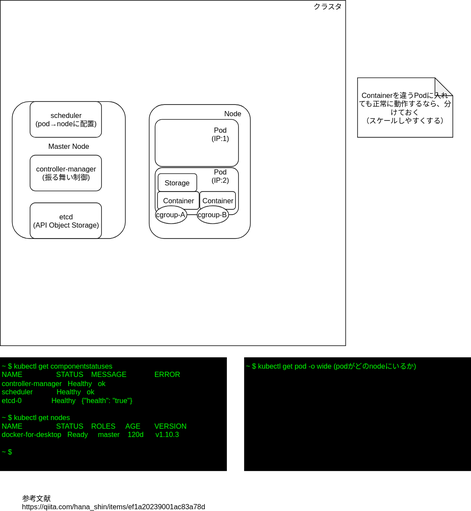
The draw.io diagram Kubernetes_learning.svg in Silver-birder/practice-kubernetetes, before a commit. Source tidied: cells renumbered, new cells last; positions are measured from the earlier drawing's top-left corner, leaving out a move shared by most shapes. The source it was exported from:
```xml
<mxGraphModel>
  <root>
    <mxCell id="0" />
    <mxCell id="1" parent="0" />
    <mxCell id="2" style="whiteSpace=wrap;html=1;" parent="1" vertex="1">
      <mxGeometry width="580" height="580" as="geometry" />
    </mxCell>
    <mxCell id="3" value="&lt;div style=&quot;text-align: right&quot;&gt;&lt;br&gt;&lt;/div&gt;" style="rounded=1;whiteSpace=wrap;html=1;strokeColor=#000000;fillColor=#FFFFFF;" parent="1" vertex="1">
      <mxGeometry x="20" y="170" width="190" height="230" as="geometry" />
    </mxCell>
    <mxCell id="4" value="クラスタ" style="text;html=1;strokeColor=none;fillColor=none;align=center;verticalAlign=middle;whiteSpace=wrap;rounded=0;" parent="1" vertex="1">
      <mxGeometry x="520" width="60" height="20" as="geometry" />
    </mxCell>
    <mxCell id="5" value="scheduler&lt;br&gt;(pod→nodeに配置)&lt;br&gt;" style="rounded=1;whiteSpace=wrap;html=1;strokeColor=#000000;fillColor=#FFFFFF;" parent="1" vertex="1">
      <mxGeometry x="50" y="170" width="120" height="60" as="geometry" />
    </mxCell>
    <mxCell id="6" value="controller-manager&lt;br&gt;(振る舞い制御)&lt;br&gt;" style="rounded=1;whiteSpace=wrap;html=1;strokeColor=#000000;fillColor=#FFFFFF;" parent="1" vertex="1">
      <mxGeometry x="50" y="260" width="120" height="60" as="geometry" />
    </mxCell>
    <mxCell id="7" value="etcd&lt;br&gt;(API Object Storage)&lt;br&gt;" style="rounded=1;whiteSpace=wrap;html=1;strokeColor=#000000;fillColor=#FFFFFF;" parent="1" vertex="1">
      <mxGeometry x="50" y="340" width="120" height="60" as="geometry" />
    </mxCell>
    <mxCell id="8" value="&lt;font color=&quot;#00ff00&quot;&gt;&lt;div&gt;~ $ kubectl get componentstatuses&lt;/div&gt;&lt;div&gt;NAME&amp;nbsp; &amp;nbsp; &amp;nbsp; &amp;nbsp; &amp;nbsp; &amp;nbsp; &amp;nbsp; &amp;nbsp; &amp;nbsp;STATUS&amp;nbsp; &amp;nbsp; MESSAGE&amp;nbsp; &amp;nbsp; &amp;nbsp; &amp;nbsp; &amp;nbsp; &amp;nbsp; &amp;nbsp; ERROR&lt;/div&gt;&lt;div&gt;controller-manager&amp;nbsp; &amp;nbsp;Healthy&amp;nbsp; &amp;nbsp;ok&lt;/div&gt;&lt;div&gt;scheduler&amp;nbsp; &amp;nbsp; &amp;nbsp; &amp;nbsp; &amp;nbsp; &amp;nbsp; Healthy&amp;nbsp; &amp;nbsp;ok&lt;/div&gt;&lt;div&gt;etcd-0&amp;nbsp; &amp;nbsp; &amp;nbsp; &amp;nbsp; &amp;nbsp; &amp;nbsp; &amp;nbsp; &amp;nbsp;Healthy&amp;nbsp; &amp;nbsp;{&quot;health&quot;: &quot;true&quot;}&lt;/div&gt;&lt;div&gt;&lt;br&gt;&lt;/div&gt;&lt;div&gt;&lt;div&gt;~ $ kubectl get nodes&lt;/div&gt;&lt;div&gt;NAME&amp;nbsp; &amp;nbsp; &amp;nbsp; &amp;nbsp; &amp;nbsp; &amp;nbsp; &amp;nbsp; &amp;nbsp; &amp;nbsp;STATUS&amp;nbsp; &amp;nbsp; ROLES&amp;nbsp; &amp;nbsp; &amp;nbsp;AGE&amp;nbsp; &amp;nbsp; &amp;nbsp; &amp;nbsp;VERSION&lt;/div&gt;&lt;div&gt;docker-for-desktop&amp;nbsp; &amp;nbsp;Ready&amp;nbsp; &amp;nbsp; &amp;nbsp;master&amp;nbsp; &amp;nbsp; 120d&amp;nbsp; &amp;nbsp; &amp;nbsp; v1.10.3&lt;/div&gt;&lt;div&gt;&lt;br&gt;&lt;/div&gt;&lt;div&gt;~ $&lt;/div&gt;&lt;/div&gt;&lt;/font&gt;" style="text;html=1;strokeColor=#000000;fillColor=#000000;" parent="1" vertex="1">
      <mxGeometry y="600" width="380" height="190" as="geometry" />
    </mxCell>
    <mxCell id="9" value="Master Node" style="text;html=1;strokeColor=none;fillColor=none;align=center;verticalAlign=middle;whiteSpace=wrap;rounded=0;" parent="1" vertex="1">
      <mxGeometry x="72.5" y="235" width="85" height="20" as="geometry" />
    </mxCell>
    <mxCell id="10" value="&lt;div style=&quot;text-align: right&quot;&gt;Worker Node&lt;/div&gt;" style="rounded=1;whiteSpace=wrap;html=1;strokeColor=#000000;fillColor=#FFFFFF;" parent="1" vertex="1">
      <mxGeometry x="250" y="175" width="170" height="225" as="geometry" />
    </mxCell>
    <mxCell id="11" style="rounded=1;whiteSpace=wrap;html=1;strokeColor=#000000;fillColor=#FFFFFF;" parent="1" vertex="1">
      <mxGeometry x="260" y="281" width="140" height="79" as="geometry" />
    </mxCell>
    <mxCell id="12" value="Container" style="rounded=1;whiteSpace=wrap;html=1;strokeColor=#000000;fillColor=#FFFFFF;" parent="1" vertex="1">
      <mxGeometry x="264" y="321" width="70" height="30" as="geometry" />
    </mxCell>
    <mxCell id="13" value="Container" style="rounded=1;whiteSpace=wrap;html=1;strokeColor=#000000;fillColor=#FFFFFF;" parent="1" vertex="1">
      <mxGeometry x="335" y="321" width="60" height="30" as="geometry" />
    </mxCell>
    <mxCell id="14" value="Storage" style="rounded=1;whiteSpace=wrap;html=1;strokeColor=#000000;fillColor=#FFFFFF;" parent="1" vertex="1">
      <mxGeometry x="265" y="291" width="65" height="30" as="geometry" />
    </mxCell>
    <mxCell id="15" value="Pod&lt;br&gt;(IP:2)&lt;br&gt;" style="text;html=1;strokeColor=none;fillColor=none;align=center;verticalAlign=middle;whiteSpace=wrap;rounded=0;" parent="1" vertex="1">
      <mxGeometry x="340" y="285" width="60" height="20" as="geometry" />
    </mxCell>
    <mxCell id="16" value="Node" style="text;html=1;strokeColor=none;fillColor=none;align=center;verticalAlign=middle;whiteSpace=wrap;rounded=0;" parent="1" vertex="1">
      <mxGeometry x="360" y="180" width="60" height="20" as="geometry" />
    </mxCell>
    <mxCell id="17" value="cgroup-A" style="ellipse;whiteSpace=wrap;html=1;strokeColor=#000000;fillColor=#FFFFFF;" parent="1" vertex="1">
      <mxGeometry x="260" y="345" width="53" height="30" as="geometry" />
    </mxCell>
    <mxCell id="18" value="cgroup-B" style="ellipse;whiteSpace=wrap;html=1;strokeColor=#000000;fillColor=#FFFFFF;" parent="1" vertex="1">
      <mxGeometry x="330" y="345" width="53" height="30" as="geometry" />
    </mxCell>
    <mxCell id="19" style="rounded=1;whiteSpace=wrap;html=1;strokeColor=#000000;fillColor=#FFFFFF;" parent="1" vertex="1">
      <mxGeometry x="260" y="200" width="140" height="79" as="geometry" />
    </mxCell>
    <mxCell id="20" value="Pod&lt;br&gt;(IP:1)&lt;br&gt;" style="text;html=1;strokeColor=none;fillColor=none;align=center;verticalAlign=middle;whiteSpace=wrap;rounded=0;" parent="1" vertex="1">
      <mxGeometry x="340" y="215" width="60" height="20" as="geometry" />
    </mxCell>
    <mxCell id="21" value="Containerを違うPodに入れても正常に動作するなら、分けておく&lt;br&gt;（スケールしやすくする）" style="shape=note;whiteSpace=wrap;html=1;backgroundOutline=1;darkOpacity=0.05;strokeColor=#000000;fillColor=#FFFFFF;" parent="1" vertex="1">
      <mxGeometry x="600" y="130" width="160" height="100" as="geometry" />
    </mxCell>
    <mxCell id="22" value="&lt;font color=&quot;#00ff00&quot;&gt;~ $ kubectl get pod -o wide (podがどのnodeにいるか)&lt;br&gt;&lt;/font&gt;" style="text;html=1;strokeColor=#000000;fillColor=#000000;" parent="1" vertex="1">
      <mxGeometry x="410" y="600" width="380" height="190" as="geometry" />
    </mxCell>
    <mxCell id="23" value="参考文献&lt;br&gt;https://qiita.com/hana_shin/items/ef1a20239001ac83a78d" style="text;html=1;align=left;verticalAlign=top;spacingTop=-4;" parent="1" vertex="1">
      <mxGeometry x="35" y="827" width="320" height="30" as="geometry" />
    </mxCell>
  </root>
</mxGraphModel>
```
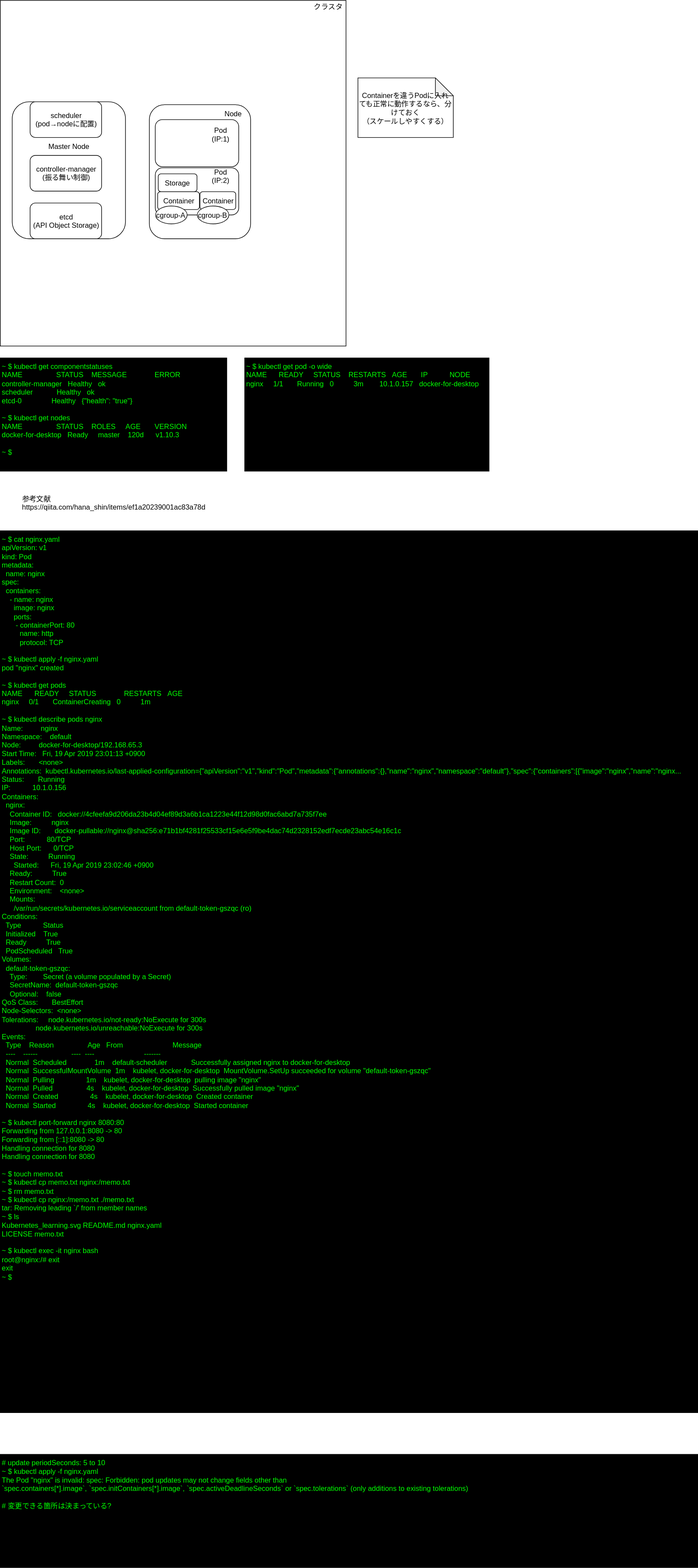
After the change.

Change to the diagram source:
```diff
@@ -62,11 +62,17 @@
     <mxCell id="21" value="Containerを違うPodに入れても正常に動作するなら、分けておく&lt;br&gt;（スケールしやすくする）" style="shape=note;whiteSpace=wrap;html=1;backgroundOutline=1;darkOpacity=0.05;strokeColor=#000000;fillColor=#FFFFFF;" parent="1" vertex="1">
       <mxGeometry x="600" y="130" width="160" height="100" as="geometry" />
     </mxCell>
-    <mxCell id="22" value="&lt;font color=&quot;#00ff00&quot;&gt;~ $ kubectl get pod -o wide (podがどのnodeにいるか)&lt;br&gt;&lt;/font&gt;" style="text;html=1;strokeColor=#000000;fillColor=#000000;" parent="1" vertex="1">
-      <mxGeometry x="410" y="600" width="380" height="190" as="geometry" />
+    <mxCell id="22" value="&lt;font color=&quot;#00ff00&quot;&gt;&lt;div&gt;~ $ kubectl get pod -o wide&lt;/div&gt;&lt;div&gt;NAME&amp;nbsp; &amp;nbsp; &amp;nbsp; READY&amp;nbsp; &amp;nbsp; &amp;nbsp;STATUS&amp;nbsp; &amp;nbsp; RESTARTS&amp;nbsp; &amp;nbsp;AGE&amp;nbsp; &amp;nbsp; &amp;nbsp; &amp;nbsp;IP&amp;nbsp; &amp;nbsp; &amp;nbsp; &amp;nbsp; &amp;nbsp; &amp;nbsp;NODE&lt;/div&gt;&lt;div&gt;nginx&amp;nbsp; &amp;nbsp; &amp;nbsp;1/1&amp;nbsp; &amp;nbsp; &amp;nbsp; &amp;nbsp;Running&amp;nbsp; &amp;nbsp;0&amp;nbsp; &amp;nbsp; &amp;nbsp; &amp;nbsp; &amp;nbsp; 3m&amp;nbsp; &amp;nbsp; &amp;nbsp; &amp;nbsp; 10.1.0.157&amp;nbsp; &amp;nbsp;docker-for-desktop&lt;/div&gt;&lt;/font&gt;" style="text;html=1;strokeColor=#000000;fillColor=#000000;" parent="1" vertex="1">
+      <mxGeometry x="410" y="600" width="410" height="190" as="geometry" />
     </mxCell>
     <mxCell id="23" value="参考文献&lt;br&gt;https://qiita.com/hana_shin/items/ef1a20239001ac83a78d" style="text;html=1;align=left;verticalAlign=top;spacingTop=-4;" parent="1" vertex="1">
       <mxGeometry x="35" y="827" width="320" height="30" as="geometry" />
     </mxCell>
+    <mxCell id="24" value="&lt;font color=&quot;#00ff00&quot;&gt;&lt;div&gt;&lt;div&gt;~ $ cat nginx.yaml&lt;/div&gt;&lt;div&gt;apiVersion: v1&lt;/div&gt;&lt;div&gt;kind: Pod&lt;/div&gt;&lt;div&gt;metadata:&lt;/div&gt;&lt;div&gt;&amp;nbsp; name: nginx&lt;/div&gt;&lt;div&gt;spec:&lt;/div&gt;&lt;div&gt;&amp;nbsp; containers:&lt;/div&gt;&lt;div&gt;&amp;nbsp; &amp;nbsp; - name: nginx&lt;/div&gt;&lt;div&gt;&amp;nbsp; &amp;nbsp; &amp;nbsp; image: nginx&lt;/div&gt;&lt;div&gt;&amp;nbsp; &amp;nbsp; &amp;nbsp; ports:&lt;/div&gt;&lt;div&gt;&amp;nbsp; &amp;nbsp; &amp;nbsp; &amp;nbsp;- containerPort: 80&lt;/div&gt;&lt;div&gt;&amp;nbsp; &amp;nbsp; &amp;nbsp; &amp;nbsp; &amp;nbsp;name: http&lt;/div&gt;&lt;div&gt;&lt;span&gt;&amp;nbsp; &amp;nbsp; &amp;nbsp; &amp;nbsp; &amp;nbsp;protocol: TCP&lt;/span&gt;&lt;br&gt;&lt;/div&gt;&lt;/div&gt;&lt;div&gt;&lt;br&gt;&lt;/div&gt;&lt;div&gt;~ $&amp;nbsp;kubectl apply -f nginx.yaml&lt;/div&gt;&lt;div&gt;pod &quot;nginx&quot; created&lt;br&gt;&lt;/div&gt;&lt;div&gt;&lt;br&gt;&lt;/div&gt;&lt;div&gt;~ $ kubectl get pods&lt;/div&gt;&lt;div&gt;NAME&amp;nbsp; &amp;nbsp; &amp;nbsp; READY&amp;nbsp; &amp;nbsp; &amp;nbsp;STATUS&amp;nbsp; &amp;nbsp; &amp;nbsp; &amp;nbsp; &amp;nbsp; &amp;nbsp; &amp;nbsp; RESTARTS&amp;nbsp; &amp;nbsp;AGE&lt;/div&gt;&lt;div&gt;nginx&amp;nbsp; &amp;nbsp; &amp;nbsp;0/1&amp;nbsp; &amp;nbsp; &amp;nbsp; &amp;nbsp;ContainerCreating&amp;nbsp; &amp;nbsp;0&amp;nbsp; &amp;nbsp; &amp;nbsp; &amp;nbsp; &amp;nbsp; 1m&lt;/div&gt;&lt;div&gt;&lt;br&gt;&lt;/div&gt;&lt;div&gt;~ $ kubectl describe pods nginx&lt;/div&gt;&lt;div&gt;Name:&amp;nbsp; &amp;nbsp; &amp;nbsp; &amp;nbsp; &amp;nbsp;nginx&lt;/div&gt;&lt;div&gt;Namespace:&amp;nbsp; &amp;nbsp; default&lt;/div&gt;&lt;div&gt;Node:&amp;nbsp; &amp;nbsp; &amp;nbsp; &amp;nbsp; &amp;nbsp;docker-for-desktop/192.168.65.3&lt;/div&gt;&lt;div&gt;Start Time:&amp;nbsp; &amp;nbsp;Fri, 19 Apr 2019 23:01:13 +0900&lt;/div&gt;&lt;div&gt;Labels:&amp;nbsp; &amp;nbsp; &amp;nbsp; &amp;nbsp;&amp;lt;none&amp;gt;&lt;/div&gt;&lt;div&gt;Annotations:&amp;nbsp; kubectl.kubernetes.io/last-applied-configuration={&quot;apiVersion&quot;:&quot;v1&quot;,&quot;kind&quot;:&quot;Pod&quot;,&quot;metadata&quot;:{&quot;annotations&quot;:{},&quot;name&quot;:&quot;nginx&quot;,&quot;namespace&quot;:&quot;default&quot;},&quot;spec&quot;:{&quot;containers&quot;:[{&quot;image&quot;:&quot;nginx&quot;,&quot;name&quot;:&quot;nginx...&lt;/div&gt;&lt;div&gt;Status:&amp;nbsp; &amp;nbsp; &amp;nbsp; &amp;nbsp;Running&lt;/div&gt;&lt;div&gt;IP:&amp;nbsp; &amp;nbsp; &amp;nbsp; &amp;nbsp; &amp;nbsp; &amp;nbsp;10.1.0.156&lt;/div&gt;&lt;div&gt;Containers:&lt;/div&gt;&lt;div&gt;&amp;nbsp; nginx:&lt;/div&gt;&lt;div&gt;&amp;nbsp; &amp;nbsp; Container ID:&amp;nbsp; &amp;nbsp;docker://4cfeefa9d206da23b4d04ef89d3a6b1ca1223e44f12d98d0fac6abd7a735f7ee&lt;/div&gt;&lt;div&gt;&amp;nbsp; &amp;nbsp; Image:&amp;nbsp; &amp;nbsp; &amp;nbsp; &amp;nbsp; &amp;nbsp; nginx&lt;/div&gt;&lt;div&gt;&amp;nbsp; &amp;nbsp; Image ID:&amp;nbsp; &amp;nbsp; &amp;nbsp; &amp;nbsp;docker-pullable://nginx@sha256:e71b1bf4281f25533cf15e6e5f9be4dac74d2328152edf7ecde23abc54e16c1c&lt;/div&gt;&lt;div&gt;&amp;nbsp; &amp;nbsp; Port:&amp;nbsp; &amp;nbsp; &amp;nbsp; &amp;nbsp; &amp;nbsp; &amp;nbsp;80/TCP&lt;/div&gt;&lt;div&gt;&amp;nbsp; &amp;nbsp; Host Port:&amp;nbsp; &amp;nbsp; &amp;nbsp; 0/TCP&lt;/div&gt;&lt;div&gt;&amp;nbsp; &amp;nbsp; State:&amp;nbsp; &amp;nbsp; &amp;nbsp; &amp;nbsp; &amp;nbsp; Running&lt;/div&gt;&lt;div&gt;&amp;nbsp; &amp;nbsp; &amp;nbsp; Started:&amp;nbsp; &amp;nbsp; &amp;nbsp; Fri, 19 Apr 2019 23:02:46 +0900&lt;/div&gt;&lt;div&gt;&amp;nbsp; &amp;nbsp; Ready:&amp;nbsp; &amp;nbsp; &amp;nbsp; &amp;nbsp; &amp;nbsp; True&lt;/div&gt;&lt;div&gt;&amp;nbsp; &amp;nbsp; Restart Count:&amp;nbsp; 0&lt;/div&gt;&lt;div&gt;&amp;nbsp; &amp;nbsp; Environment:&amp;nbsp; &amp;nbsp; &amp;lt;none&amp;gt;&lt;/div&gt;&lt;div&gt;&amp;nbsp; &amp;nbsp; Mounts:&lt;/div&gt;&lt;div&gt;&amp;nbsp; &amp;nbsp; &amp;nbsp; /var/run/secrets/kubernetes.io/serviceaccount from default-token-gszqc (ro)&lt;/div&gt;&lt;div&gt;Conditions:&lt;/div&gt;&lt;div&gt;&amp;nbsp; Type&amp;nbsp; &amp;nbsp; &amp;nbsp; &amp;nbsp; &amp;nbsp; &amp;nbsp;Status&lt;/div&gt;&lt;div&gt;&amp;nbsp; Initialized&amp;nbsp; &amp;nbsp; True&lt;/div&gt;&lt;div&gt;&amp;nbsp; Ready&amp;nbsp; &amp;nbsp; &amp;nbsp; &amp;nbsp; &amp;nbsp; True&lt;/div&gt;&lt;div&gt;&amp;nbsp; PodScheduled&amp;nbsp; &amp;nbsp;True&lt;/div&gt;&lt;div&gt;Volumes:&lt;/div&gt;&lt;div&gt;&amp;nbsp; default-token-gszqc:&lt;/div&gt;&lt;div&gt;&amp;nbsp; &amp;nbsp; Type:&amp;nbsp; &amp;nbsp; &amp;nbsp; &amp;nbsp; Secret (a volume populated by a Secret)&lt;/div&gt;&lt;div&gt;&amp;nbsp; &amp;nbsp; SecretName:&amp;nbsp; default-token-gszqc&lt;/div&gt;&lt;div&gt;&amp;nbsp; &amp;nbsp; Optional:&amp;nbsp; &amp;nbsp; false&lt;/div&gt;&lt;div&gt;QoS Class:&amp;nbsp; &amp;nbsp; &amp;nbsp; &amp;nbsp;BestEffort&lt;/div&gt;&lt;div&gt;Node-Selectors:&amp;nbsp; &amp;lt;none&amp;gt;&lt;/div&gt;&lt;div&gt;Tolerations:&amp;nbsp; &amp;nbsp; &amp;nbsp;node.kubernetes.io/not-ready:NoExecute for 300s&lt;/div&gt;&lt;div&gt;&amp;nbsp; &amp;nbsp; &amp;nbsp; &amp;nbsp; &amp;nbsp; &amp;nbsp; &amp;nbsp; &amp;nbsp; &amp;nbsp;node.kubernetes.io/unreachable:NoExecute for 300s&lt;/div&gt;&lt;div&gt;Events:&lt;/div&gt;&lt;div&gt;&amp;nbsp; Type&amp;nbsp; &amp;nbsp; Reason&amp;nbsp; &amp;nbsp; &amp;nbsp; &amp;nbsp; &amp;nbsp; &amp;nbsp; &amp;nbsp; &amp;nbsp; &amp;nbsp;Age&amp;nbsp; &amp;nbsp;From&amp;nbsp; &amp;nbsp; &amp;nbsp; &amp;nbsp; &amp;nbsp; &amp;nbsp; &amp;nbsp; &amp;nbsp; &amp;nbsp; &amp;nbsp; &amp;nbsp; &amp;nbsp; &amp;nbsp;Message&lt;/div&gt;&lt;div&gt;&amp;nbsp; ----&amp;nbsp; &amp;nbsp; ------&amp;nbsp; &amp;nbsp; &amp;nbsp; &amp;nbsp; &amp;nbsp; &amp;nbsp; &amp;nbsp; &amp;nbsp; &amp;nbsp;----&amp;nbsp; ----&amp;nbsp; &amp;nbsp; &amp;nbsp; &amp;nbsp; &amp;nbsp; &amp;nbsp; &amp;nbsp; &amp;nbsp; &amp;nbsp; &amp;nbsp; &amp;nbsp; &amp;nbsp; &amp;nbsp;-------&lt;/div&gt;&lt;div&gt;&amp;nbsp; Normal&amp;nbsp; Scheduled&amp;nbsp; &amp;nbsp; &amp;nbsp; &amp;nbsp; &amp;nbsp; &amp;nbsp; &amp;nbsp; 1m&amp;nbsp; &amp;nbsp; default-scheduler&amp;nbsp; &amp;nbsp; &amp;nbsp; &amp;nbsp; &amp;nbsp; &amp;nbsp; Successfully assigned nginx to docker-for-desktop&lt;/div&gt;&lt;div&gt;&amp;nbsp; Normal&amp;nbsp; SuccessfulMountVolume&amp;nbsp; 1m&amp;nbsp; &amp;nbsp; kubelet, docker-for-desktop&amp;nbsp; MountVolume.SetUp succeeded for volume &quot;default-token-gszqc&quot;&lt;/div&gt;&lt;div&gt;&amp;nbsp; Normal&amp;nbsp; Pulling&amp;nbsp; &amp;nbsp; &amp;nbsp; &amp;nbsp; &amp;nbsp; &amp;nbsp; &amp;nbsp; &amp;nbsp; 1m&amp;nbsp; &amp;nbsp; kubelet, docker-for-desktop&amp;nbsp; pulling image &quot;nginx&quot;&lt;/div&gt;&lt;div&gt;&amp;nbsp; Normal&amp;nbsp; Pulled&amp;nbsp; &amp;nbsp; &amp;nbsp; &amp;nbsp; &amp;nbsp; &amp;nbsp; &amp;nbsp; &amp;nbsp; &amp;nbsp;4s&amp;nbsp; &amp;nbsp; kubelet, docker-for-desktop&amp;nbsp; Successfully pulled image &quot;nginx&quot;&lt;/div&gt;&lt;div&gt;&amp;nbsp; Normal&amp;nbsp; Created&amp;nbsp; &amp;nbsp; &amp;nbsp; &amp;nbsp; &amp;nbsp; &amp;nbsp; &amp;nbsp; &amp;nbsp; 4s&amp;nbsp; &amp;nbsp; kubelet, docker-for-desktop&amp;nbsp; Created container&lt;/div&gt;&lt;div&gt;&amp;nbsp; Normal&amp;nbsp; Started&amp;nbsp; &amp;nbsp; &amp;nbsp; &amp;nbsp; &amp;nbsp; &amp;nbsp; &amp;nbsp; &amp;nbsp; 4s&amp;nbsp; &amp;nbsp; kubelet, docker-for-desktop&amp;nbsp; Started container&lt;/div&gt;&lt;div&gt;&lt;br&gt;&lt;/div&gt;&lt;div&gt;&lt;div&gt;~ $ kubectl port-forward nginx 8080:80&lt;/div&gt;&lt;div&gt;Forwarding from 127.0.0.1:8080 -&amp;gt; 80&lt;/div&gt;&lt;div&gt;Forwarding from [::1]:8080 -&amp;gt; 80&lt;/div&gt;&lt;div&gt;Handling connection for 8080&lt;/div&gt;&lt;div&gt;Handling connection for 8080&lt;/div&gt;&lt;/div&gt;&lt;div&gt;&lt;br&gt;&lt;/div&gt;&lt;div&gt;&lt;div&gt;~ $ touch memo.txt&lt;/div&gt;&lt;div&gt;~ $ kubectl cp memo.txt nginx:/memo.txt&lt;/div&gt;&lt;div&gt;~ $ rm memo.txt&lt;/div&gt;&lt;div&gt;~ $ kubectl cp nginx:/memo.txt ./memo.txt&lt;/div&gt;&lt;div&gt;tar: Removing leading `/' from member names&lt;/div&gt;&lt;div&gt;~ $ ls&lt;/div&gt;&lt;div&gt;Kubernetes_learning.svg README.md nginx.yaml&lt;/div&gt;&lt;div&gt;LICENSE memo.txt&lt;/div&gt;&lt;/div&gt;&lt;div&gt;&lt;br&gt;&lt;/div&gt;&lt;div&gt;~ $ kubectl exec -it nginx bash&lt;br&gt;&lt;/div&gt;&lt;div&gt;&lt;div&gt;root@nginx:/# exit&lt;/div&gt;&lt;div&gt;exit&lt;/div&gt;&lt;/div&gt;&lt;div&gt;~ $&lt;/div&gt;&lt;/font&gt;" style="text;html=1;strokeColor=#000000;fillColor=#000000;" parent="1" vertex="1">
+      <mxGeometry y="890" width="1170" height="1480" as="geometry" />
+    </mxCell>
+    <mxCell id="25" value="&lt;font color=&quot;#00ff00&quot;&gt;&lt;div&gt;# update&amp;nbsp;&lt;span&gt;periodSeconds&lt;/span&gt;&lt;span&gt;: 5 to 10&lt;/span&gt;&lt;/div&gt;&lt;/font&gt;&lt;font color=&quot;#00ff00&quot;&gt;&lt;div&gt;~ $ kubectl apply -f nginx.yaml&amp;nbsp;&lt;/div&gt;&lt;div&gt;The Pod &quot;nginx&quot; is invalid: spec: Forbidden: pod updates may not change fields other than&amp;nbsp;&lt;/div&gt;&lt;div&gt;`spec.containers[*].image`, `spec.initContainers[*].image`, `spec.activeDeadlineSeconds` or `spec.tolerations` (only additions to existing tolerations)&lt;/div&gt;&lt;div&gt;&lt;br&gt;&lt;/div&gt;&lt;div&gt;# 変更できる箇所は決まっている?&lt;/div&gt;&lt;/font&gt;" style="text;html=1;strokeColor=#000000;fillColor=#000000;" parent="1" vertex="1">
+      <mxGeometry y="2440" width="1170" height="190" as="geometry" />
+    </mxCell>
   </root>
 </mxGraphModel>
```
